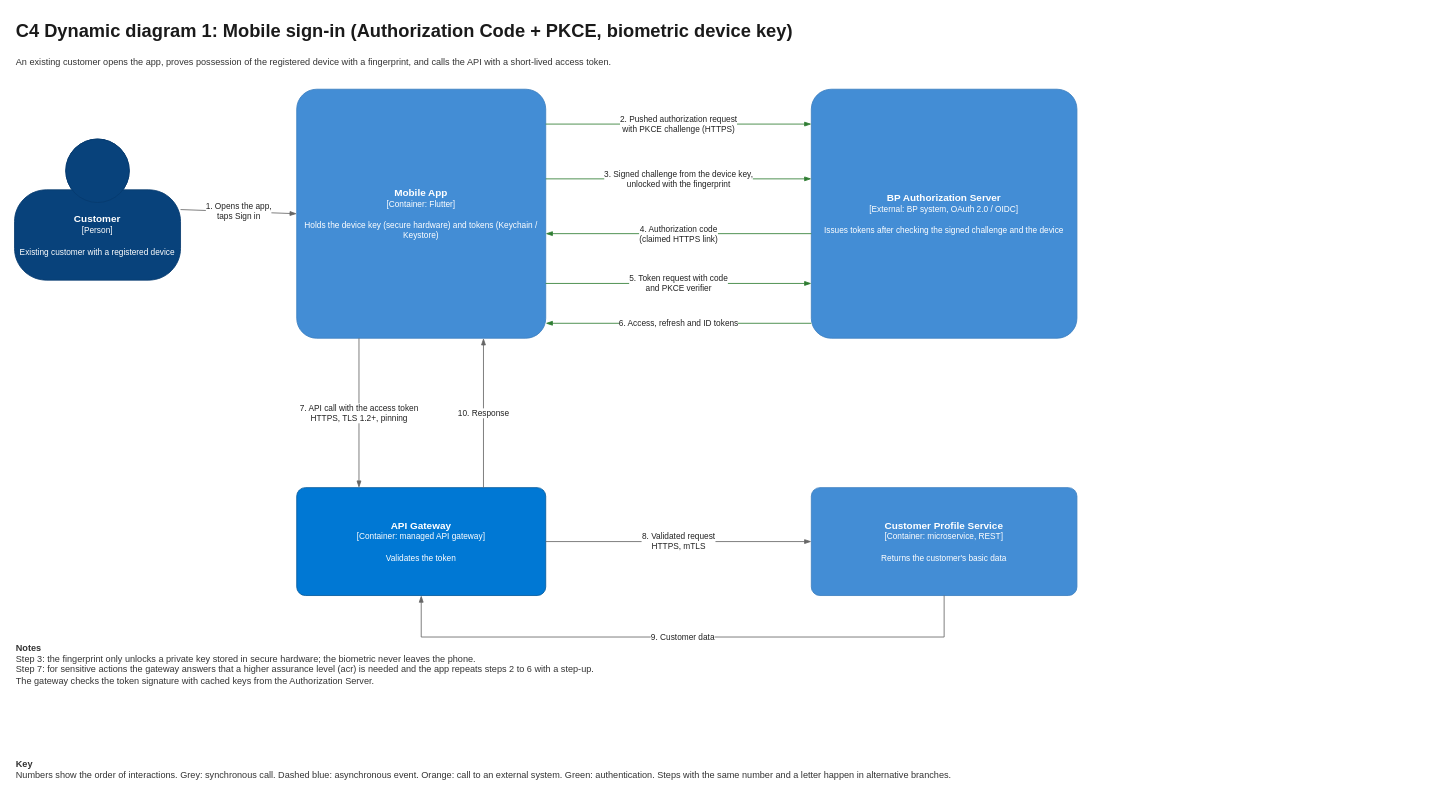
joseleonec/solutions-architect-test keeps this draw.io diagram as page "Dynamic 1 - Mobile login" (1 of 3) of diagrams/05-dynamic.drawio. Above is the earlier version. Source tidied: cells renumbered, new cells numbered last; positions are measured from the earlier drawing's top-left corner, leaving out a move shared by most shapes. Both pictures are drawn from the tidied source at 83%, with x=0, y=0 at pixel (14, 14).
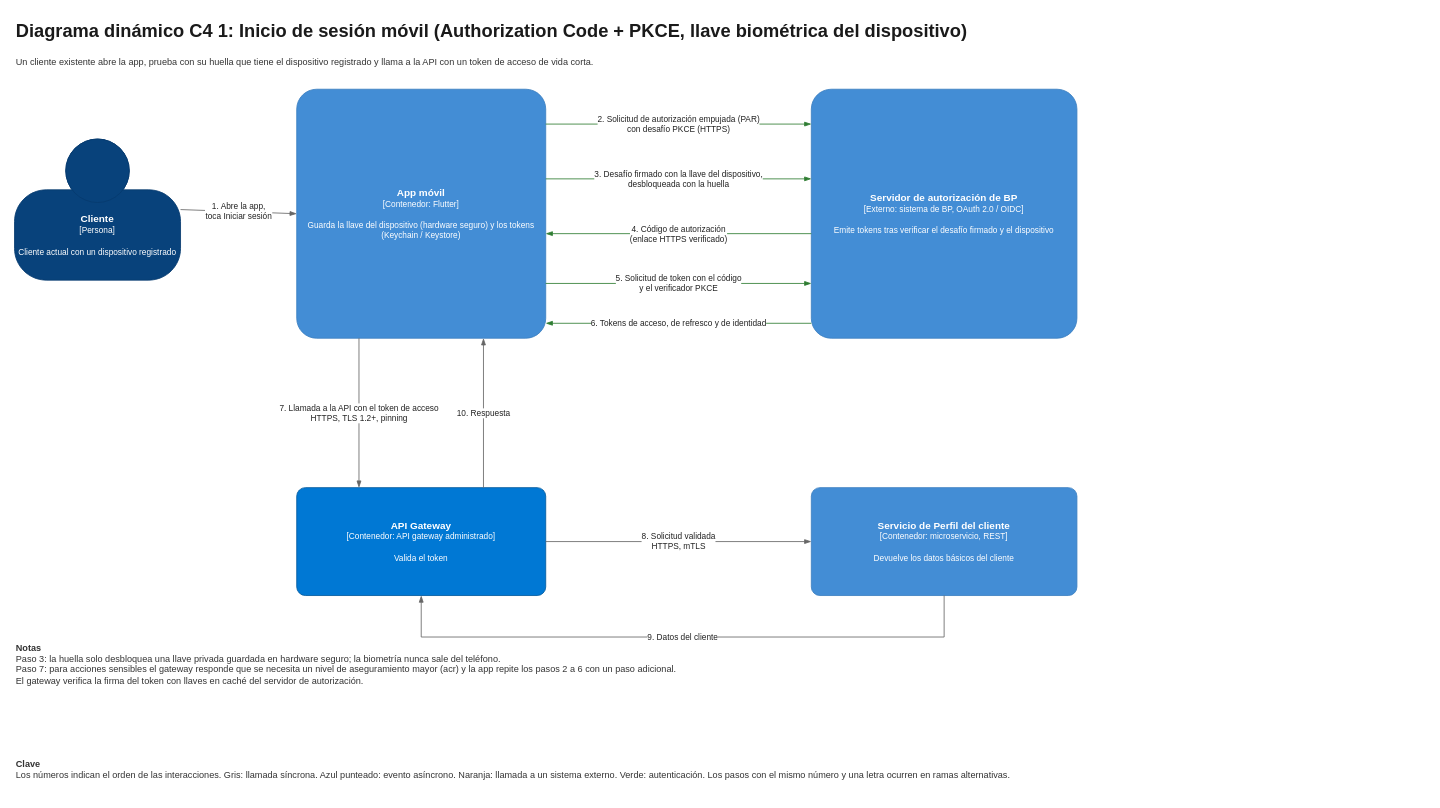
After the change.

Diff of the diagram source:
```diff
@@
-    <mxCell id="2" value="C4 Dynamic diagram 1: Mobile sign-in (Authorization Code + PKCE, biometric device key)" style="text;html=1;whiteSpace=wrap;align=left;verticalAlign=top;fontSize=22;fontStyle=1;fontColor=light-dark(#1a1a1a,#EAEAEA);" parent="1" vertex="1">
+    <mxCell id="2" value="Diagrama dinámico C4 1: Inicio de sesión móvil (Authorization Code + PKCE, llave biométrica del dispositivo)" style="text;html=1;whiteSpace=wrap;align=left;verticalAlign=top;fontSize=22;fontStyle=1;fontColor=light-dark(#1a1a1a,#EAEAEA);" parent="1" vertex="1">
       <mxGeometry width="1700" height="40" as="geometry" />
     </mxCell>
-    <mxCell id="3" value="An existing customer opens the app, proves possession of the registered device with a fingerprint, and calls the API with a short-lived access token." style="text;html=1;whiteSpace=wrap;align=left;verticalAlign=top;fontSize=11;fontColor=light-dark(#333333,#EAEAEA);" parent="1" vertex="1">
+    <mxCell id="3" value="Un cliente existente abre la app, prueba con su huella que tiene el dispositivo registrado y llama a la API con un token de acceso de vida corta." style="text;html=1;whiteSpace=wrap;align=left;verticalAlign=top;fontSize=11;fontColor=light-dark(#333333,#EAEAEA);" parent="1" vertex="1">
       <mxGeometry y="44" width="1700" height="24" as="geometry" />
     </mxCell>
-    <mxCell id="4" value="&lt;b&gt;&lt;font style=&quot;color: rgb(255, 255, 255);&quot;&gt;Customer&lt;/font&gt;&lt;/b&gt;&lt;div style=&quot;font-size:10px&quot;&gt;&lt;font style=&quot;color: rgb(255, 255, 255);&quot;&gt;[Person]&lt;/font&gt;&lt;/div&gt;&lt;br&gt;&lt;div style=&quot;font-size:10px&quot;&gt;&lt;font style=&quot;color: rgb(255, 255, 255);&quot;&gt;Existing customer with a registered device&lt;/font&gt;&lt;/div&gt;" style="html=1;dashed=0;whiteSpace=wrap;fillColor=light-dark(#08427b,#08427b);strokeColor=light-dark(#073B6F,#073B6F);fontColor=light-dark(#ffffff,#ffffff);shape=mxgraph.c4.person2;align=center;verticalAlign=middle;fontSize=12;" parent="1" vertex="1">
+    <mxCell id="4" value="&lt;b&gt;&lt;font style=&quot;color: rgb(255, 255, 255);&quot;&gt;Cliente&lt;/font&gt;&lt;/b&gt;&lt;div style=&quot;font-size:10px&quot;&gt;&lt;font style=&quot;color: rgb(255, 255, 255);&quot;&gt;[Persona]&lt;/font&gt;&lt;/div&gt;&lt;br&gt;&lt;div style=&quot;font-size:10px&quot;&gt;&lt;font style=&quot;color: rgb(255, 255, 255);&quot;&gt;Cliente actual con un dispositivo registrado&lt;/font&gt;&lt;/div&gt;" style="html=1;dashed=0;whiteSpace=wrap;fillColor=light-dark(#08427b,#08427b);strokeColor=light-dark(#073B6F,#073B6F);fontColor=light-dark(#ffffff,#ffffff);shape=mxgraph.c4.person2;align=center;verticalAlign=middle;fontSize=12;" parent="1" vertex="1">
       <mxGeometry y="150" width="200" height="170" as="geometry" />
     </mxCell>
-    <mxCell id="5" value="&lt;b&gt;&lt;font style=&quot;color: rgb(255, 255, 255);&quot;&gt;Mobile App&lt;/font&gt;&lt;/b&gt;&lt;div style=&quot;font-size:10px&quot;&gt;&lt;font style=&quot;color: rgb(255, 255, 255);&quot;&gt;[Container: Flutter]&lt;/font&gt;&lt;/div&gt;&lt;br&gt;&lt;div style=&quot;font-size:10px&quot;&gt;&lt;font style=&quot;color: rgb(255, 255, 255);&quot;&gt;Holds the device key (secure hardware) and tokens (Keychain / Keystore)&lt;/font&gt;&lt;/div&gt;" style="rounded=1;whiteSpace=wrap;html=1;fillColor=light-dark(#438DD5,#438DD5);strokeColor=light-dark(#3C7FC0,#3C7FC0);fontColor=light-dark(#ffffff,#ffffff);arcSize=8;fontSize=12;" parent="1" vertex="1">
+    <mxCell id="5" value="&lt;b&gt;&lt;font style=&quot;color: rgb(255, 255, 255);&quot;&gt;App móvil&lt;/font&gt;&lt;/b&gt;&lt;div style=&quot;font-size:10px&quot;&gt;&lt;font style=&quot;color: rgb(255, 255, 255);&quot;&gt;[Contenedor: Flutter]&lt;/font&gt;&lt;/div&gt;&lt;br&gt;&lt;div style=&quot;font-size:10px&quot;&gt;&lt;font style=&quot;color: rgb(255, 255, 255);&quot;&gt;Guarda la llave del dispositivo (hardware seguro) y los tokens (Keychain / Keystore)&lt;/font&gt;&lt;/div&gt;" style="rounded=1;whiteSpace=wrap;html=1;fillColor=light-dark(#438DD5,#438DD5);strokeColor=light-dark(#3C7FC0,#3C7FC0);fontColor=light-dark(#ffffff,#ffffff);arcSize=8;fontSize=12;" parent="1" vertex="1">
       <mxGeometry x="340" y="90" width="300" height="300" as="geometry" />
     </mxCell>
-    <mxCell id="6" value="&lt;b&gt;&lt;font style=&quot;color: rgb(255, 255, 255);&quot;&gt;BP Authorization Server&lt;/font&gt;&lt;/b&gt;&lt;div style=&quot;font-size:10px&quot;&gt;&lt;font style=&quot;color: rgb(255, 255, 255);&quot;&gt;[External: BP system, OAuth 2.0 / OIDC]&lt;/font&gt;&lt;/div&gt;&lt;br&gt;&lt;div style=&quot;font-size:10px&quot;&gt;&lt;font style=&quot;color: rgb(255, 255, 255);&quot;&gt;Issues tokens after checking the signed challenge and the device&lt;/font&gt;&lt;/div&gt;" style="rounded=1;whiteSpace=wrap;html=1;fillColor=light-dark(#438DD5,#438DD5);strokeColor=light-dark(#3C7FC0,#3C7FC0);fontColor=light-dark(#ffffff,#ffffff);arcSize=8;fontSize=12;" parent="1" vertex="1">
+    <mxCell id="6" value="&lt;b&gt;&lt;font style=&quot;color: rgb(255, 255, 255);&quot;&gt;Servidor de autorización de BP&lt;/font&gt;&lt;/b&gt;&lt;div style=&quot;font-size:10px&quot;&gt;&lt;font style=&quot;color: rgb(255, 255, 255);&quot;&gt;[Externo: sistema de BP, OAuth 2.0 / OIDC]&lt;/font&gt;&lt;/div&gt;&lt;br&gt;&lt;div style=&quot;font-size:10px&quot;&gt;&lt;font style=&quot;color: rgb(255, 255, 255);&quot;&gt;Emite tokens tras verificar el desafío firmado y el dispositivo&lt;/font&gt;&lt;/div&gt;" style="rounded=1;whiteSpace=wrap;html=1;fillColor=light-dark(#438DD5,#438DD5);strokeColor=light-dark(#3C7FC0,#3C7FC0);fontColor=light-dark(#ffffff,#ffffff);arcSize=8;fontSize=12;" parent="1" vertex="1">
       <mxGeometry x="960" y="90" width="320" height="300" as="geometry" />
     </mxCell>
-    <mxCell id="7" value="&lt;b&gt;&lt;font style=&quot;color: rgb(255, 255, 255);&quot;&gt;API Gateway&lt;/font&gt;&lt;/b&gt;&lt;div style=&quot;font-size:10px&quot;&gt;&lt;font style=&quot;color: rgb(255, 255, 255);&quot;&gt;[Container: managed API gateway]&lt;/font&gt;&lt;/div&gt;&lt;br&gt;&lt;div style=&quot;font-size:10px&quot;&gt;&lt;font style=&quot;color: rgb(255, 255, 255);&quot;&gt;Validates the token&lt;/font&gt;&lt;/div&gt;" style="rounded=1;whiteSpace=wrap;html=1;fillColor=light-dark(#0078D4,#0078D4);strokeColor=light-dark(#005A9E,#005A9E);fontColor=light-dark(#ffffff,#ffffff);arcSize=8;fontSize=12;" parent="1" vertex="1">
+    <mxCell id="7" value="&lt;b&gt;&lt;font style=&quot;color: rgb(255, 255, 255);&quot;&gt;API Gateway&lt;/font&gt;&lt;/b&gt;&lt;div style=&quot;font-size:10px&quot;&gt;&lt;font style=&quot;color: rgb(255, 255, 255);&quot;&gt;[Contenedor: API gateway administrado]&lt;/font&gt;&lt;/div&gt;&lt;br&gt;&lt;div style=&quot;font-size:10px&quot;&gt;&lt;font style=&quot;color: rgb(255, 255, 255);&quot;&gt;Valida el token&lt;/font&gt;&lt;/div&gt;" style="rounded=1;whiteSpace=wrap;html=1;fillColor=light-dark(#0078D4,#0078D4);strokeColor=light-dark(#005A9E,#005A9E);fontColor=light-dark(#ffffff,#ffffff);arcSize=8;fontSize=12;" parent="1" vertex="1">
       <mxGeometry x="340" y="570" width="300" height="130" as="geometry" />
     </mxCell>
-    <mxCell id="8" value="&lt;b&gt;&lt;font style=&quot;color: rgb(255, 255, 255);&quot;&gt;Customer Profile Service&lt;/font&gt;&lt;/b&gt;&lt;div style=&quot;font-size:10px&quot;&gt;&lt;font style=&quot;color: rgb(255, 255, 255);&quot;&gt;[Container: microservice, REST]&lt;/font&gt;&lt;/div&gt;&lt;br&gt;&lt;div style=&quot;font-size:10px&quot;&gt;&lt;font style=&quot;color: rgb(255, 255, 255);&quot;&gt;Returns the customer&amp;#x27;s basic data&lt;/font&gt;&lt;/div&gt;" style="rounded=1;whiteSpace=wrap;html=1;fillColor=light-dark(#438DD5,#438DD5);strokeColor=light-dark(#3C7FC0,#3C7FC0);fontColor=light-dark(#ffffff,#ffffff);arcSize=8;fontSize=12;" parent="1" vertex="1">
+    <mxCell id="8" value="&lt;b&gt;&lt;font style=&quot;color: rgb(255, 255, 255);&quot;&gt;Servicio de Perfil del cliente&lt;/font&gt;&lt;/b&gt;&lt;div style=&quot;font-size:10px&quot;&gt;&lt;font style=&quot;color: rgb(255, 255, 255);&quot;&gt;[Contenedor: microservicio, REST]&lt;/font&gt;&lt;/div&gt;&lt;br&gt;&lt;div style=&quot;font-size:10px&quot;&gt;&lt;font style=&quot;color: rgb(255, 255, 255);&quot;&gt;Devuelve los datos básicos del cliente&lt;/font&gt;&lt;/div&gt;" style="rounded=1;whiteSpace=wrap;html=1;fillColor=light-dark(#438DD5,#438DD5);strokeColor=light-dark(#3C7FC0,#3C7FC0);fontColor=light-dark(#ffffff,#ffffff);arcSize=8;fontSize=12;" parent="1" vertex="1">
       <mxGeometry x="960" y="570" width="320" height="130" as="geometry" />
     </mxCell>
-    <mxCell id="9" value="1. Opens the app,&lt;br&gt;taps Sign in" style="edgeStyle=none;rounded=0;html=1;endArrow=blockThin;endFill=1;strokeColor=light-dark(#666666,#BDBDBD);strokeWidth=1;fontSize=10;fontColor=light-dark(#222222,#EEEEEE);labelBackgroundColor=light-dark(#FFFFFF,#2B2B2B);exitX=1;exitY=0.5;exitDx=0;exitDy=0;entryX=0;entryY=0.5;entryDx=0;entryDy=0;" parent="1" edge="1" source="4" target="5">
+    <mxCell id="9" value="1. Abre la app,&lt;br&gt;toca Iniciar sesión" style="edgeStyle=none;rounded=0;html=1;endArrow=blockThin;endFill=1;strokeColor=light-dark(#666666,#BDBDBD);strokeWidth=1;fontSize=10;fontColor=light-dark(#222222,#EEEEEE);labelBackgroundColor=light-dark(#FFFFFF,#2B2B2B);exitX=1;exitY=0.5;exitDx=0;exitDy=0;entryX=0;entryY=0.5;entryDx=0;entryDy=0;" parent="1" edge="1" source="4" target="5">
       <mxGeometry relative="1" as="geometry" />
     </mxCell>
-    <mxCell id="10" value="2. Pushed authorization request&lt;br&gt;with PKCE challenge (HTTPS)" style="edgeStyle=orthogonalEdgeStyle;rounded=0;html=1;endArrow=blockThin;endFill=1;strokeColor=light-dark(#2E7D32,#2E7D32);strokeWidth=1;fontSize=10;fontColor=light-dark(#222222,#EEEEEE);labelBackgroundColor=light-dark(#FFFFFF,#2B2B2B);exitX=1;exitY=0.14;exitDx=0;exitDy=0;entryX=0;entryY=0.14;entryDx=0;entryDy=0;" parent="1" edge="1" source="5" target="6">
+    <mxCell id="10" value="2. Solicitud de autorización empujada (PAR)&lt;br&gt;con desafío PKCE (HTTPS)" style="edgeStyle=orthogonalEdgeStyle;rounded=0;html=1;endArrow=blockThin;endFill=1;strokeColor=light-dark(#2E7D32,#2E7D32);strokeWidth=1;fontSize=10;fontColor=light-dark(#222222,#EEEEEE);labelBackgroundColor=light-dark(#FFFFFF,#2B2B2B);exitX=1;exitY=0.14;exitDx=0;exitDy=0;entryX=0;entryY=0.14;entryDx=0;entryDy=0;" parent="1" edge="1" source="5" target="6">
       <mxGeometry relative="1" as="geometry" />
     </mxCell>
-    <mxCell id="11" value="3. Signed challenge from the device key,&lt;br&gt;unlocked with the fingerprint" style="edgeStyle=orthogonalEdgeStyle;rounded=0;html=1;endArrow=blockThin;endFill=1;strokeColor=light-dark(#2E7D32,#2E7D32);strokeWidth=1;fontSize=10;fontColor=light-dark(#222222,#EEEEEE);labelBackgroundColor=light-dark(#FFFFFF,#2B2B2B);exitX=1;exitY=0.36;exitDx=0;exitDy=0;entryX=0;entryY=0.36;entryDx=0;entryDy=0;" parent="1" edge="1" source="5" target="6">
+    <mxCell id="11" value="3. Desafío firmado con la llave del dispositivo,&lt;br&gt;desbloqueada con la huella" style="edgeStyle=orthogonalEdgeStyle;rounded=0;html=1;endArrow=blockThin;endFill=1;strokeColor=light-dark(#2E7D32,#2E7D32);strokeWidth=1;fontSize=10;fontColor=light-dark(#222222,#EEEEEE);labelBackgroundColor=light-dark(#FFFFFF,#2B2B2B);exitX=1;exitY=0.36;exitDx=0;exitDy=0;entryX=0;entryY=0.36;entryDx=0;entryDy=0;" parent="1" edge="1" source="5" target="6">
       <mxGeometry relative="1" as="geometry" />
     </mxCell>
-    <mxCell id="12" value="4. Authorization code&lt;br&gt;(claimed HTTPS link)" style="edgeStyle=orthogonalEdgeStyle;rounded=0;html=1;endArrow=blockThin;endFill=1;strokeColor=light-dark(#2E7D32,#2E7D32);strokeWidth=1;fontSize=10;fontColor=light-dark(#222222,#EEEEEE);labelBackgroundColor=light-dark(#FFFFFF,#2B2B2B);exitX=0;exitY=0.58;exitDx=0;exitDy=0;entryX=1;entryY=0.58;entryDx=0;entryDy=0;" parent="1" edge="1" source="6" target="5">
+    <mxCell id="12" value="4. Código de autorización&lt;br&gt;(enlace HTTPS verificado)" style="edgeStyle=orthogonalEdgeStyle;rounded=0;html=1;endArrow=blockThin;endFill=1;strokeColor=light-dark(#2E7D32,#2E7D32);strokeWidth=1;fontSize=10;fontColor=light-dark(#222222,#EEEEEE);labelBackgroundColor=light-dark(#FFFFFF,#2B2B2B);exitX=0;exitY=0.58;exitDx=0;exitDy=0;entryX=1;entryY=0.58;entryDx=0;entryDy=0;" parent="1" edge="1" source="6" target="5">
       <mxGeometry relative="1" as="geometry" />
     </mxCell>
-    <mxCell id="13" value="5. Token request with code&lt;br&gt;and PKCE verifier" style="edgeStyle=orthogonalEdgeStyle;rounded=0;html=1;endArrow=blockThin;endFill=1;strokeColor=light-dark(#2E7D32,#2E7D32);strokeWidth=1;fontSize=10;fontColor=light-dark(#222222,#EEEEEE);labelBackgroundColor=light-dark(#FFFFFF,#2B2B2B);exitX=1;exitY=0.78;exitDx=0;exitDy=0;entryX=0;entryY=0.78;entryDx=0;entryDy=0;" parent="1" edge="1" source="5" target="6">
+    <mxCell id="13" value="5. Solicitud de token con el código&lt;br&gt;y el verificador PKCE" style="edgeStyle=orthogonalEdgeStyle;rounded=0;html=1;endArrow=blockThin;endFill=1;strokeColor=light-dark(#2E7D32,#2E7D32);strokeWidth=1;fontSize=10;fontColor=light-dark(#222222,#EEEEEE);labelBackgroundColor=light-dark(#FFFFFF,#2B2B2B);exitX=1;exitY=0.78;exitDx=0;exitDy=0;entryX=0;entryY=0.78;entryDx=0;entryDy=0;" parent="1" edge="1" source="5" target="6">
       <mxGeometry relative="1" as="geometry" />
     </mxCell>
-    <mxCell id="14" value="6. Access, refresh and ID tokens" style="edgeStyle=orthogonalEdgeStyle;rounded=0;html=1;endArrow=blockThin;endFill=1;strokeColor=light-dark(#2E7D32,#2E7D32);strokeWidth=1;fontSize=10;fontColor=light-dark(#222222,#EEEEEE);labelBackgroundColor=light-dark(#FFFFFF,#2B2B2B);exitX=0;exitY=0.94;exitDx=0;exitDy=0;entryX=1;entryY=0.94;entryDx=0;entryDy=0;" parent="1" edge="1" source="6" target="5">
+    <mxCell id="14" value="6. Tokens de acceso, de refresco y de identidad" style="edgeStyle=orthogonalEdgeStyle;rounded=0;html=1;endArrow=blockThin;endFill=1;strokeColor=light-dark(#2E7D32,#2E7D32);strokeWidth=1;fontSize=10;fontColor=light-dark(#222222,#EEEEEE);labelBackgroundColor=light-dark(#FFFFFF,#2B2B2B);exitX=0;exitY=0.94;exitDx=0;exitDy=0;entryX=1;entryY=0.94;entryDx=0;entryDy=0;" parent="1" edge="1" source="6" target="5">
       <mxGeometry relative="1" as="geometry" />
     </mxCell>
-    <mxCell id="15" value="7. API call with the access token&lt;br&gt;HTTPS, TLS 1.2+, pinning" style="edgeStyle=orthogonalEdgeStyle;rounded=0;html=1;endArrow=blockThin;endFill=1;strokeColor=light-dark(#666666,#BDBDBD);strokeWidth=1;fontSize=10;fontColor=light-dark(#222222,#EEEEEE);labelBackgroundColor=light-dark(#FFFFFF,#2B2B2B);exitX=0.25;exitY=1;exitDx=0;exitDy=0;entryX=0.25;entryY=0;entryDx=0;entryDy=0;" parent="1" edge="1" source="5" target="7">
+    <mxCell id="15" value="7. Llamada a la API con el token de acceso&lt;br&gt;HTTPS, TLS 1.2+, pinning" style="edgeStyle=orthogonalEdgeStyle;rounded=0;html=1;endArrow=blockThin;endFill=1;strokeColor=light-dark(#666666,#BDBDBD);strokeWidth=1;fontSize=10;fontColor=light-dark(#222222,#EEEEEE);labelBackgroundColor=light-dark(#FFFFFF,#2B2B2B);exitX=0.25;exitY=1;exitDx=0;exitDy=0;entryX=0.25;entryY=0;entryDx=0;entryDy=0;" parent="1" edge="1" source="5" target="7">
       <mxGeometry relative="1" as="geometry" />
     </mxCell>
-    <mxCell id="16" value="10. Response" style="edgeStyle=orthogonalEdgeStyle;rounded=0;html=1;endArrow=blockThin;endFill=1;strokeColor=light-dark(#666666,#BDBDBD);strokeWidth=1;fontSize=10;fontColor=light-dark(#222222,#EEEEEE);labelBackgroundColor=light-dark(#FFFFFF,#2B2B2B);exitX=0.75;exitY=0;exitDx=0;exitDy=0;entryX=0.75;entryY=1;entryDx=0;entryDy=0;" parent="1" edge="1" source="7" target="5">
+    <mxCell id="16" value="10. Respuesta" style="edgeStyle=orthogonalEdgeStyle;rounded=0;html=1;endArrow=blockThin;endFill=1;strokeColor=light-dark(#666666,#BDBDBD);strokeWidth=1;fontSize=10;fontColor=light-dark(#222222,#EEEEEE);labelBackgroundColor=light-dark(#FFFFFF,#2B2B2B);exitX=0.75;exitY=0;exitDx=0;exitDy=0;entryX=0.75;entryY=1;entryDx=0;entryDy=0;" parent="1" edge="1" source="7" target="5">
       <mxGeometry relative="1" as="geometry" />
     </mxCell>
-    <mxCell id="17" value="8. Validated request&lt;br&gt;HTTPS, mTLS" style="edgeStyle=orthogonalEdgeStyle;rounded=0;html=1;endArrow=blockThin;endFill=1;strokeColor=light-dark(#666666,#BDBDBD);strokeWidth=1;fontSize=10;fontColor=light-dark(#222222,#EEEEEE);labelBackgroundColor=light-dark(#FFFFFF,#2B2B2B);exitX=1;exitY=0.5;exitDx=0;exitDy=0;entryX=0;entryY=0.5;entryDx=0;entryDy=0;" parent="1" edge="1" source="7" target="8">
+    <mxCell id="17" value="8. Solicitud validada&lt;br&gt;HTTPS, mTLS" style="edgeStyle=orthogonalEdgeStyle;rounded=0;html=1;endArrow=blockThin;endFill=1;strokeColor=light-dark(#666666,#BDBDBD);strokeWidth=1;fontSize=10;fontColor=light-dark(#222222,#EEEEEE);labelBackgroundColor=light-dark(#FFFFFF,#2B2B2B);exitX=1;exitY=0.5;exitDx=0;exitDy=0;entryX=0;entryY=0.5;entryDx=0;entryDy=0;" parent="1" edge="1" source="7" target="8">
       <mxGeometry relative="1" as="geometry" />
     </mxCell>
-    <mxCell id="18" value="9. Customer data" style="edgeStyle=orthogonalEdgeStyle;rounded=0;html=1;endArrow=blockThin;endFill=1;strokeColor=light-dark(#666666,#BDBDBD);strokeWidth=1;fontSize=10;fontColor=light-dark(#222222,#EEEEEE);labelBackgroundColor=light-dark(#FFFFFF,#2B2B2B);exitX=0.5;exitY=1;exitDx=0;exitDy=0;entryX=0.5;entryY=1;entryDx=0;entryDy=0;" parent="1" edge="1" source="8" target="7">
+    <mxCell id="18" value="9. Datos del cliente" style="edgeStyle=orthogonalEdgeStyle;rounded=0;html=1;endArrow=blockThin;endFill=1;strokeColor=light-dark(#666666,#BDBDBD);strokeWidth=1;fontSize=10;fontColor=light-dark(#222222,#EEEEEE);labelBackgroundColor=light-dark(#FFFFFF,#2B2B2B);exitX=0.5;exitY=1;exitDx=0;exitDy=0;entryX=0.5;entryY=1;entryDx=0;entryDy=0;" parent="1" edge="1" source="8" target="7">
       <mxGeometry relative="1" as="geometry">
         <Array as="points">
           <mxPoint x="1120" y="750" />
           <mxPoint x="490" y="750" />
         </Array>
       </mxGeometry>
     </mxCell>
-    <mxCell id="19" value="&lt;b&gt;Notes&lt;/b&gt;&lt;br&gt;Step 3: the fingerprint only unlocks a private key stored in secure hardware; the biometric never leaves the phone.&lt;br&gt;Step 7: for sensitive actions the gateway answers that a higher assurance level (acr) is needed and the app repeats steps 2 to 6 with a step-up.&lt;br&gt;The gateway checks the token signature with cached keys from the Authorization Server." style="text;html=1;whiteSpace=wrap;align=left;verticalAlign=top;fontSize=11;fontColor=light-dark(#333333,#EAEAEA);" parent="1" vertex="1">
+    <mxCell id="19" value="&lt;b&gt;Notas&lt;/b&gt;&lt;br&gt;Paso 3: la huella solo desbloquea una llave privada guardada en hardware seguro; la biometría nunca sale del teléfono.&lt;br&gt;Paso 7: para acciones sensibles el gateway responde que se necesita un nivel de aseguramiento mayor (acr) y la app repite los pasos 2 a 6 con un paso adicional.&lt;br&gt;El gateway verifica la firma del token con llaves en caché del servidor de autorización." style="text;html=1;whiteSpace=wrap;align=left;verticalAlign=top;fontSize=11;fontColor=light-dark(#333333,#EAEAEA);" parent="1" vertex="1">
       <mxGeometry y="750" width="900" height="110" as="geometry" />
     </mxCell>
-    <mxCell id="20" value="&lt;b&gt;Key&lt;/b&gt;&lt;br&gt;Numbers show the order of interactions. Grey: synchronous call. Dashed blue: asynchronous event. Orange: call to an external system. Green: authentication. Steps with the same number and a letter happen in alternative branches." style="text;html=1;whiteSpace=wrap;align=left;verticalAlign=top;fontSize=11;fontColor=light-dark(#333333,#EAEAEA);" parent="1" vertex="1">
+    <mxCell id="20" value="&lt;b&gt;Clave&lt;/b&gt;&lt;br&gt;Los números indican el orden de las interacciones. Gris: llamada síncrona. Azul punteado: evento asíncrono. Naranja: llamada a un sistema externo. Verde: autenticación. Los pasos con el mismo número y una letra ocurren en ramas alternativas." style="text;html=1;whiteSpace=wrap;align=left;verticalAlign=top;fontSize=11;fontColor=light-dark(#333333,#EAEAEA);" parent="1" vertex="1">
       <mxGeometry y="890" width="1700" height="50" as="geometry" />
     </mxCell>
```
